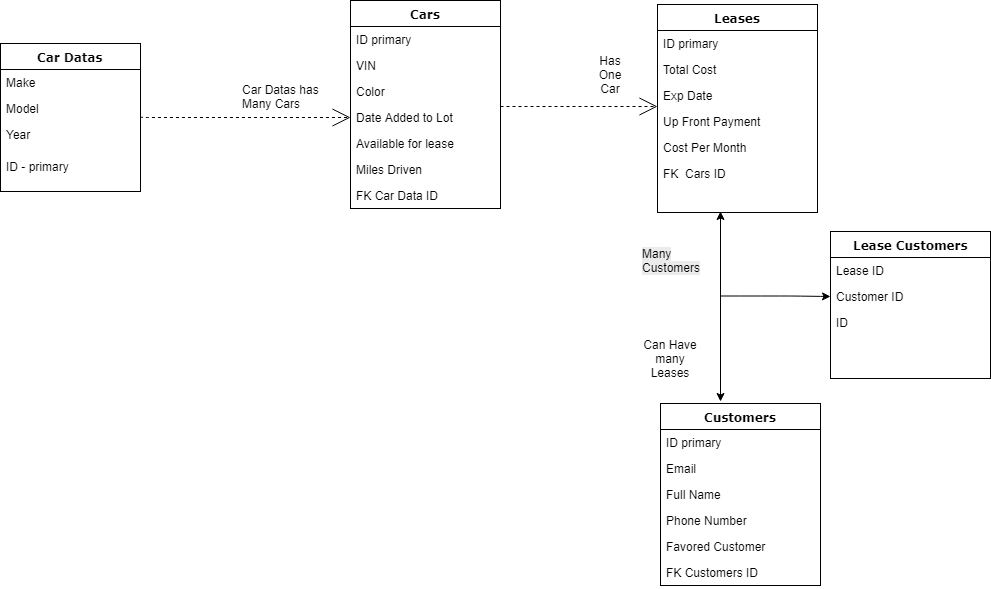
Earlier version of the draw.io export Car-Lease.png (darthestar/Car-Lease-SQL). Source tidied: cells renumbered, new cells last; positions are measured from the earlier drawing's top-left corner, leaving out a move shared by most shapes. The source it was exported from:
```xml
<mxGraphModel background="#ffffff">
  <root>
    <mxCell id="0" />
    <mxCell id="1" parent="0" />
    <mxCell id="2" style="edgeStyle=orthogonalEdgeStyle;rounded=0;html=1;exitX=0.5;exitY=1;jettySize=auto;" parent="1" edge="1" source="3">
      <mxGeometry relative="1" as="geometry">
        <mxPoint x="70" y="191" as="targetPoint" />
      </mxGeometry>
    </mxCell>
    <mxCell id="3" value="Car Datas" style="swimlane;html=1;fontStyle=1;align=center;verticalAlign=top;horizontal=1;startSize=26;swimlaneFillColor=#ffffff;rounded=0;shadow=0;comic=0;labelBackgroundColor=none;strokeColor=#000000;strokeWidth=1;fillColor=none;fontFamily=Verdana;fontSize=12;fontColor=#000000;" parent="1" vertex="1">
      <mxGeometry y="43" width="140" height="148" as="geometry" />
    </mxCell>
    <mxCell id="4" value="Make" style="text;html=1;strokeColor=none;fillColor=none;align=left;verticalAlign=top;spacingLeft=4;spacingRight=4;whiteSpace=wrap;overflow=hidden;" parent="3" vertex="1">
      <mxGeometry y="26" width="140" height="26" as="geometry" />
    </mxCell>
    <mxCell id="5" value="Model" style="text;html=1;strokeColor=none;fillColor=none;align=left;verticalAlign=top;spacingLeft=4;spacingRight=4;whiteSpace=wrap;overflow=hidden;" parent="3" vertex="1">
      <mxGeometry y="52" width="140" height="26" as="geometry" />
    </mxCell>
    <mxCell id="6" value="Year&lt;br&gt;&lt;br&gt;" style="text;html=1;strokeColor=none;fillColor=none;align=left;verticalAlign=top;spacingLeft=4;spacingRight=4;whiteSpace=wrap;overflow=hidden;points=[[0,0.5],[1,0.5]];portConstraint=eastwest;" parent="3" vertex="1">
      <mxGeometry y="78" width="140" height="32" as="geometry" />
    </mxCell>
    <mxCell id="7" value="ID - primary&lt;br&gt;" style="text;html=1;strokeColor=none;fillColor=none;align=left;verticalAlign=top;spacingLeft=4;spacingRight=4;whiteSpace=wrap;overflow=hidden;" parent="3" vertex="1">
      <mxGeometry y="110" width="140" height="32" as="geometry" />
    </mxCell>
    <mxCell id="8" style="edgeStyle=elbowEdgeStyle;html=1;labelBackgroundColor=none;startFill=0;startSize=8;endArrow=open;endFill=0;endSize=16;fontFamily=Verdana;fontSize=12;elbow=vertical;dashed=1;" parent="1" edge="1" source="9" target="17">
      <mxGeometry relative="1" as="geometry" />
    </mxCell>
    <mxCell id="9" value="Cars" style="swimlane;html=1;fontStyle=1;align=center;verticalAlign=top;horizontal=1;startSize=26;swimlaneFillColor=#ffffff;rounded=0;shadow=0;comic=0;labelBackgroundColor=none;strokeColor=#000000;strokeWidth=1;fillColor=none;fontFamily=Verdana;fontSize=12;fontColor=#000000;" parent="1" vertex="1">
      <mxGeometry x="350" width="150" height="208" as="geometry" />
    </mxCell>
    <mxCell id="10" value="ID primary" style="text;html=1;strokeColor=none;fillColor=none;align=left;verticalAlign=top;spacingLeft=4;spacingRight=4;whiteSpace=wrap;overflow=hidden;" parent="9" vertex="1">
      <mxGeometry y="26" width="150" height="26" as="geometry" />
    </mxCell>
    <mxCell id="11" value="VIN" style="text;html=1;strokeColor=none;fillColor=none;align=left;verticalAlign=top;spacingLeft=4;spacingRight=4;whiteSpace=wrap;overflow=hidden;" parent="9" vertex="1">
      <mxGeometry y="52" width="150" height="26" as="geometry" />
    </mxCell>
    <mxCell id="12" value="Color" style="text;html=1;strokeColor=none;fillColor=none;align=left;verticalAlign=top;spacingLeft=4;spacingRight=4;whiteSpace=wrap;overflow=hidden;" parent="9" vertex="1">
      <mxGeometry y="78" width="150" height="26" as="geometry" />
    </mxCell>
    <mxCell id="13" value="Date Added to Lot" style="text;html=1;strokeColor=none;fillColor=none;align=left;verticalAlign=top;spacingLeft=4;spacingRight=4;whiteSpace=wrap;overflow=hidden;points=[[0,0.5],[1,0.5]];portConstraint=eastwest;" parent="9" vertex="1">
      <mxGeometry y="104" width="150" height="26" as="geometry" />
    </mxCell>
    <mxCell id="14" value="Available for lease" style="text;html=1;strokeColor=none;fillColor=none;align=left;verticalAlign=top;spacingLeft=4;spacingRight=4;whiteSpace=wrap;overflow=hidden;" parent="9" vertex="1">
      <mxGeometry y="130" width="150" height="26" as="geometry" />
    </mxCell>
    <mxCell id="15" value="Miles Driven" style="text;html=1;strokeColor=none;fillColor=none;align=left;verticalAlign=top;spacingLeft=4;spacingRight=4;whiteSpace=wrap;overflow=hidden;" parent="9" vertex="1">
      <mxGeometry y="156" width="150" height="26" as="geometry" />
    </mxCell>
    <mxCell id="16" value="FK Car Data ID" style="text;html=1;strokeColor=none;fillColor=none;align=left;verticalAlign=top;spacingLeft=4;spacingRight=4;whiteSpace=wrap;overflow=hidden;" parent="9" vertex="1">
      <mxGeometry y="182" width="150" height="26" as="geometry" />
    </mxCell>
    <mxCell id="17" value="Leases" style="swimlane;html=1;fontStyle=1;align=center;verticalAlign=top;horizontal=1;startSize=26;swimlaneFillColor=#ffffff;rounded=0;shadow=0;comic=0;labelBackgroundColor=none;strokeColor=#000000;strokeWidth=1;fillColor=none;fontFamily=Verdana;fontSize=12;fontColor=#000000;" parent="1" vertex="1">
      <mxGeometry x="657" y="4" width="160" height="208" as="geometry" />
    </mxCell>
    <mxCell id="18" value="ID primary" style="text;html=1;strokeColor=none;fillColor=none;align=left;verticalAlign=top;spacingLeft=4;spacingRight=4;whiteSpace=wrap;overflow=hidden;" parent="17" vertex="1">
      <mxGeometry y="26" width="160" height="26" as="geometry" />
    </mxCell>
    <mxCell id="19" value="Total Cost" style="text;html=1;strokeColor=none;fillColor=none;align=left;verticalAlign=top;spacingLeft=4;spacingRight=4;whiteSpace=wrap;overflow=hidden;" parent="17" vertex="1">
      <mxGeometry y="52" width="160" height="26" as="geometry" />
    </mxCell>
    <mxCell id="20" value="Exp Date" style="text;html=1;strokeColor=none;fillColor=none;align=left;verticalAlign=top;spacingLeft=4;spacingRight=4;whiteSpace=wrap;overflow=hidden;" parent="17" vertex="1">
      <mxGeometry y="78" width="160" height="26" as="geometry" />
    </mxCell>
    <mxCell id="21" value="Up Front Payment" style="text;html=1;strokeColor=none;fillColor=none;align=left;verticalAlign=top;spacingLeft=4;spacingRight=4;whiteSpace=wrap;overflow=hidden;" parent="17" vertex="1">
      <mxGeometry y="104" width="160" height="26" as="geometry" />
    </mxCell>
    <mxCell id="22" value="Cost Per Month" style="text;html=1;strokeColor=none;fillColor=none;align=left;verticalAlign=top;spacingLeft=4;spacingRight=4;whiteSpace=wrap;overflow=hidden;" parent="17" vertex="1">
      <mxGeometry y="130" width="160" height="26" as="geometry" />
    </mxCell>
    <mxCell id="23" value="FK&amp;nbsp; Cars ID" style="text;html=1;strokeColor=none;fillColor=none;align=left;verticalAlign=top;spacingLeft=4;spacingRight=4;whiteSpace=wrap;overflow=hidden;" parent="17" vertex="1">
      <mxGeometry y="156" width="160" height="26" as="geometry" />
    </mxCell>
    <mxCell id="24" value="Customers" style="swimlane;html=1;fontStyle=1;align=center;verticalAlign=top;horizontal=1;startSize=26;swimlaneFillColor=#ffffff;rounded=0;shadow=0;comic=0;labelBackgroundColor=none;strokeColor=#000000;strokeWidth=1;fillColor=none;fontFamily=Verdana;fontSize=12;fontColor=#000000;" parent="1" vertex="1">
      <mxGeometry x="660" y="403" width="160" height="182" as="geometry" />
    </mxCell>
    <mxCell id="25" value="ID primary" style="text;html=1;strokeColor=none;fillColor=none;align=left;verticalAlign=top;spacingLeft=4;spacingRight=4;whiteSpace=wrap;overflow=hidden;" parent="24" vertex="1">
      <mxGeometry y="26" width="160" height="26" as="geometry" />
    </mxCell>
    <mxCell id="26" value="Email" style="text;html=1;strokeColor=none;fillColor=none;align=left;verticalAlign=top;spacingLeft=4;spacingRight=4;whiteSpace=wrap;overflow=hidden;" parent="24" vertex="1">
      <mxGeometry y="52" width="160" height="26" as="geometry" />
    </mxCell>
    <mxCell id="27" value="Full Name" style="text;html=1;strokeColor=none;fillColor=none;align=left;verticalAlign=top;spacingLeft=4;spacingRight=4;whiteSpace=wrap;overflow=hidden;" parent="24" vertex="1">
      <mxGeometry y="78" width="160" height="26" as="geometry" />
    </mxCell>
    <mxCell id="28" value="Phone Number" style="text;html=1;strokeColor=none;fillColor=none;align=left;verticalAlign=top;spacingLeft=4;spacingRight=4;whiteSpace=wrap;overflow=hidden;" parent="24" vertex="1">
      <mxGeometry y="104" width="160" height="26" as="geometry" />
    </mxCell>
    <mxCell id="29" value="Favored Customer" style="text;html=1;strokeColor=none;fillColor=none;align=left;verticalAlign=top;spacingLeft=4;spacingRight=4;whiteSpace=wrap;overflow=hidden;" parent="24" vertex="1">
      <mxGeometry y="130" width="160" height="26" as="geometry" />
    </mxCell>
    <mxCell id="30" value="FK Customers ID" style="text;html=1;strokeColor=none;fillColor=none;align=left;verticalAlign=top;spacingLeft=4;spacingRight=4;whiteSpace=wrap;overflow=hidden;" parent="24" vertex="1">
      <mxGeometry y="156" width="160" height="26" as="geometry" />
    </mxCell>
    <mxCell id="31" value="Lease Customers" style="swimlane;html=1;fontStyle=1;align=center;verticalAlign=top;horizontal=1;startSize=26;swimlaneFillColor=#ffffff;rounded=0;shadow=0;comic=0;labelBackgroundColor=none;strokeColor=#000000;strokeWidth=1;fillColor=none;fontFamily=Verdana;fontSize=12;fontColor=#000000;" parent="1" vertex="1">
      <mxGeometry x="830" y="231" width="160" height="147" as="geometry" />
    </mxCell>
    <mxCell id="32" value="Lease ID" style="text;html=1;strokeColor=none;fillColor=none;align=left;verticalAlign=top;spacingLeft=4;spacingRight=4;whiteSpace=wrap;overflow=hidden;" parent="31" vertex="1">
      <mxGeometry y="26" width="160" height="26" as="geometry" />
    </mxCell>
    <mxCell id="33" value="Customer ID" style="text;html=1;strokeColor=none;fillColor=none;align=left;verticalAlign=top;spacingLeft=4;spacingRight=4;whiteSpace=wrap;overflow=hidden;" parent="31" vertex="1">
      <mxGeometry y="52" width="160" height="26" as="geometry" />
    </mxCell>
    <mxCell id="34" value="ID" style="text;html=1;strokeColor=none;fillColor=none;align=left;verticalAlign=top;spacingLeft=4;spacingRight=4;whiteSpace=wrap;overflow=hidden;" parent="31" vertex="1">
      <mxGeometry y="78" width="160" height="26" as="geometry" />
    </mxCell>
    <mxCell id="35" value="Car Datas has&amp;nbsp;&lt;br&gt;Many Cars&lt;br&gt;" style="text;html=1;align=left;verticalAlign=top;spacingTop=-4;" parent="1" vertex="1">
      <mxGeometry x="240" y="80" width="100" height="30" as="geometry" />
    </mxCell>
    <mxCell id="36" value="Has One&lt;br&gt;Car&lt;br&gt;" style="text;html=1;strokeColor=none;fillColor=none;align=center;verticalAlign=middle;whiteSpace=wrap;rounded=0;" parent="1" vertex="1">
      <mxGeometry x="590" y="64" width="40" height="20" as="geometry" />
    </mxCell>
    <mxCell id="37" style="edgeStyle=orthogonalEdgeStyle;rounded=0;html=1;exitX=0.5;exitY=1;entryX=0.5;entryY=1;jettySize=auto;orthogonalLoop=1;" parent="1" edge="1" source="36" target="36">
      <mxGeometry relative="1" as="geometry" />
    </mxCell>
    <mxCell id="38" style="endArrow=classic;startArrow=classic;html=1;" parent="1" edge="1">
      <mxGeometry relative="1" as="geometry">
        <mxPoint x="720" y="401" as="sourcePoint" />
        <mxPoint x="720" y="211" as="targetPoint" />
      </mxGeometry>
    </mxCell>
    <mxCell id="39" style="edgeStyle=elbowEdgeStyle;html=1;labelBackgroundColor=none;startFill=0;startSize=8;endArrow=open;endFill=0;endSize=16;fontFamily=Verdana;fontSize=12;elbow=vertical;dashed=1;entryX=0;entryY=0.5;" parent="1" edge="1" target="13">
      <mxGeometry relative="1" as="geometry">
        <mxPoint x="140" y="116" as="sourcePoint" />
      </mxGeometry>
    </mxCell>
    <mxCell id="40" style="endArrow=classic;html=1;" parent="1" edge="1">
      <mxGeometry relative="1" as="geometry">
        <mxPoint x="720" y="295.5" as="sourcePoint" />
        <mxPoint x="830" y="296" as="targetPoint" />
        <Array as="points">
          <mxPoint x="750" y="295.5" />
          <mxPoint x="790" y="295.5" />
          <mxPoint x="830" y="296" />
        </Array>
      </mxGeometry>
    </mxCell>
    <mxCell id="41" value="&lt;span style=&quot;color: rgb(0 , 0 , 0) ; font-family: &amp;#34;helvetica&amp;#34; ; font-size: 12px ; font-style: normal ; font-weight: 400 ; letter-spacing: normal ; text-align: center ; text-indent: 0px ; text-transform: none ; white-space: normal ; word-spacing: 0px ; background-color: rgb(235 , 235 , 235) ; display: inline ; float: none&quot;&gt;Many Customers&lt;/span&gt;" style="text;html=1;" parent="1" vertex="1">
      <mxGeometry x="640" y="240" width="70" height="30" as="geometry" />
    </mxCell>
    <mxCell id="42" value="Can Have many Leases" style="text;html=1;strokeColor=none;fillColor=none;align=center;verticalAlign=middle;whiteSpace=wrap;rounded=0;" parent="1" vertex="1">
      <mxGeometry x="640" y="336" width="60" height="45" as="geometry" />
    </mxCell>
  </root>
</mxGraphModel>
```
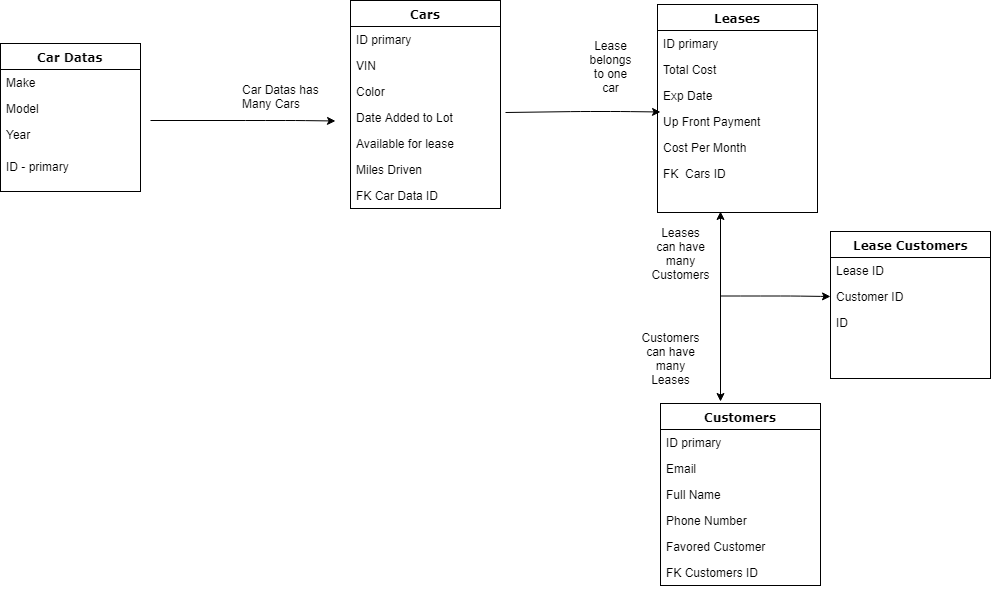
Above is the later version.

Change to the diagram source:
```diff
@@ -22,9 +22,6 @@
     <mxCell id="7" value="ID - primary&lt;br&gt;" style="text;html=1;strokeColor=none;fillColor=none;align=left;verticalAlign=top;spacingLeft=4;spacingRight=4;whiteSpace=wrap;overflow=hidden;" parent="3" vertex="1">
       <mxGeometry y="110" width="140" height="32" as="geometry" />
     </mxCell>
-    <mxCell id="8" style="edgeStyle=elbowEdgeStyle;html=1;labelBackgroundColor=none;startFill=0;startSize=8;endArrow=open;endFill=0;endSize=16;fontFamily=Verdana;fontSize=12;elbow=vertical;dashed=1;" parent="1" edge="1" source="9" target="17">
-      <mxGeometry relative="1" as="geometry" />
-    </mxCell>
     <mxCell id="9" value="Cars" style="swimlane;html=1;fontStyle=1;align=center;verticalAlign=top;horizontal=1;startSize=26;swimlaneFillColor=#ffffff;rounded=0;shadow=0;comic=0;labelBackgroundColor=none;strokeColor=#000000;strokeWidth=1;fillColor=none;fontFamily=Verdana;fontSize=12;fontColor=#000000;" parent="1" vertex="1">
       <mxGeometry x="350" width="150" height="208" as="geometry" />
     </mxCell>
@@ -106,7 +103,7 @@
     <mxCell id="35" value="Car Datas has&amp;nbsp;&lt;br&gt;Many Cars&lt;br&gt;" style="text;html=1;align=left;verticalAlign=top;spacingTop=-4;" parent="1" vertex="1">
       <mxGeometry x="240" y="80" width="100" height="30" as="geometry" />
     </mxCell>
-    <mxCell id="36" value="Has One&lt;br&gt;Car&lt;br&gt;" style="text;html=1;strokeColor=none;fillColor=none;align=center;verticalAlign=middle;whiteSpace=wrap;rounded=0;" parent="1" vertex="1">
+    <mxCell id="36" value="Lease belongs to one car&lt;br&gt;&lt;br&gt;" style="text;html=1;strokeColor=none;fillColor=none;align=center;verticalAlign=middle;whiteSpace=wrap;rounded=0;" parent="1" vertex="1">
       <mxGeometry x="590" y="64" width="40" height="20" as="geometry" />
     </mxCell>
     <mxCell id="37" style="edgeStyle=orthogonalEdgeStyle;rounded=0;html=1;exitX=0.5;exitY=1;entryX=0.5;entryY=1;jettySize=auto;orthogonalLoop=1;" parent="1" edge="1" source="36" target="36">
@@ -118,11 +115,6 @@
         <mxPoint x="720" y="211" as="targetPoint" />
       </mxGeometry>
     </mxCell>
-    <mxCell id="39" style="edgeStyle=elbowEdgeStyle;html=1;labelBackgroundColor=none;startFill=0;startSize=8;endArrow=open;endFill=0;endSize=16;fontFamily=Verdana;fontSize=12;elbow=vertical;dashed=1;entryX=0;entryY=0.5;" parent="1" edge="1" target="13">
-      <mxGeometry relative="1" as="geometry">
-        <mxPoint x="140" y="116" as="sourcePoint" />
-      </mxGeometry>
-    </mxCell>
     <mxCell id="40" style="endArrow=classic;html=1;" parent="1" edge="1">
       <mxGeometry relative="1" as="geometry">
         <mxPoint x="720" y="295.5" as="sourcePoint" />
@@ -134,11 +126,30 @@
         </Array>
       </mxGeometry>
     </mxCell>
-    <mxCell id="41" value="&lt;span style=&quot;color: rgb(0 , 0 , 0) ; font-family: &amp;#34;helvetica&amp;#34; ; font-size: 12px ; font-style: normal ; font-weight: 400 ; letter-spacing: normal ; text-align: center ; text-indent: 0px ; text-transform: none ; white-space: normal ; word-spacing: 0px ; background-color: rgb(235 , 235 , 235) ; display: inline ; float: none&quot;&gt;Many Customers&lt;/span&gt;" style="text;html=1;" parent="1" vertex="1">
-      <mxGeometry x="640" y="240" width="70" height="30" as="geometry" />
-    </mxCell>
-    <mxCell id="42" value="Can Have many Leases" style="text;html=1;strokeColor=none;fillColor=none;align=center;verticalAlign=middle;whiteSpace=wrap;rounded=0;" parent="1" vertex="1">
+    <mxCell id="42" value="Customers can have many Leases" style="text;html=1;strokeColor=none;fillColor=none;align=center;verticalAlign=middle;whiteSpace=wrap;rounded=0;" parent="1" vertex="1">
       <mxGeometry x="640" y="336" width="60" height="45" as="geometry" />
     </mxCell>
+    <mxCell id="43" value="Leases can have many Customers" style="text;html=1;strokeColor=none;fillColor=none;align=center;verticalAlign=middle;whiteSpace=wrap;rounded=0;" parent="1" vertex="1">
+      <mxGeometry x="650" y="231" width="60" height="45" as="geometry" />
+    </mxCell>
+    <mxCell id="44" style="endArrow=classic;html=1;" parent="1" edge="1">
+      <mxGeometry relative="1" as="geometry">
+        <mxPoint x="505" y="112" as="sourcePoint" />
+        <mxPoint x="660" y="111.5" as="targetPoint" />
+        <Array as="points">
+          <mxPoint x="580" y="111" />
+          <mxPoint x="620" y="111" />
+        </Array>
+      </mxGeometry>
+    </mxCell>
+    <mxCell id="45" style="endArrow=classic;html=1;exitX=1.071;exitY=-0.016;exitPerimeter=0;" parent="1" edge="1" source="6">
+      <mxGeometry relative="1" as="geometry">
+        <mxPoint x="335" y="120.5" as="targetPoint" />
+        <Array as="points">
+          <mxPoint x="255" y="120" />
+          <mxPoint x="295" y="120" />
+        </Array>
+      </mxGeometry>
+    </mxCell>
   </root>
 </mxGraphModel>
```
